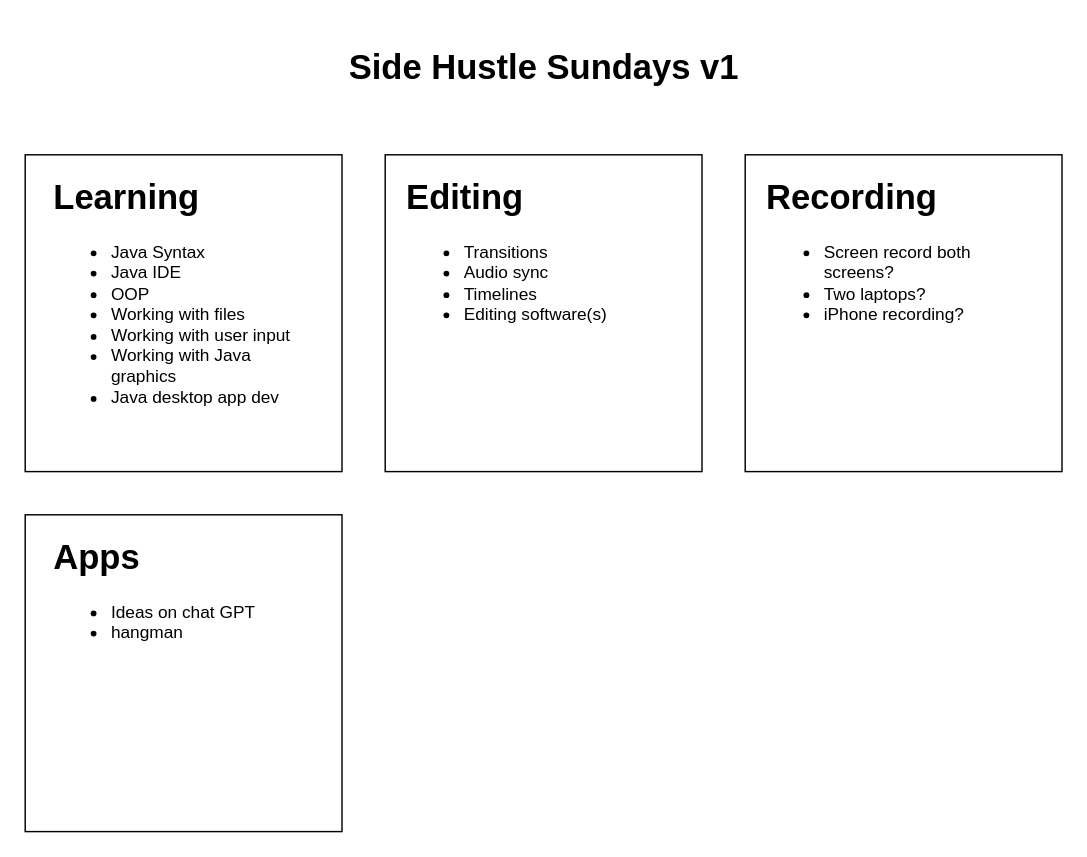
Before: diagrams/java-youtube-one.drawio in aburke15/documentation, a draw.io diagram. Source tidied: cells renumbered, new cells numbered last; positions are measured from the earlier drawing's top-left corner, leaving out a move shared by most shapes. Both pictures are drawn from the tidied source at 144%, with x=0, y=0 at pixel (24, 24).
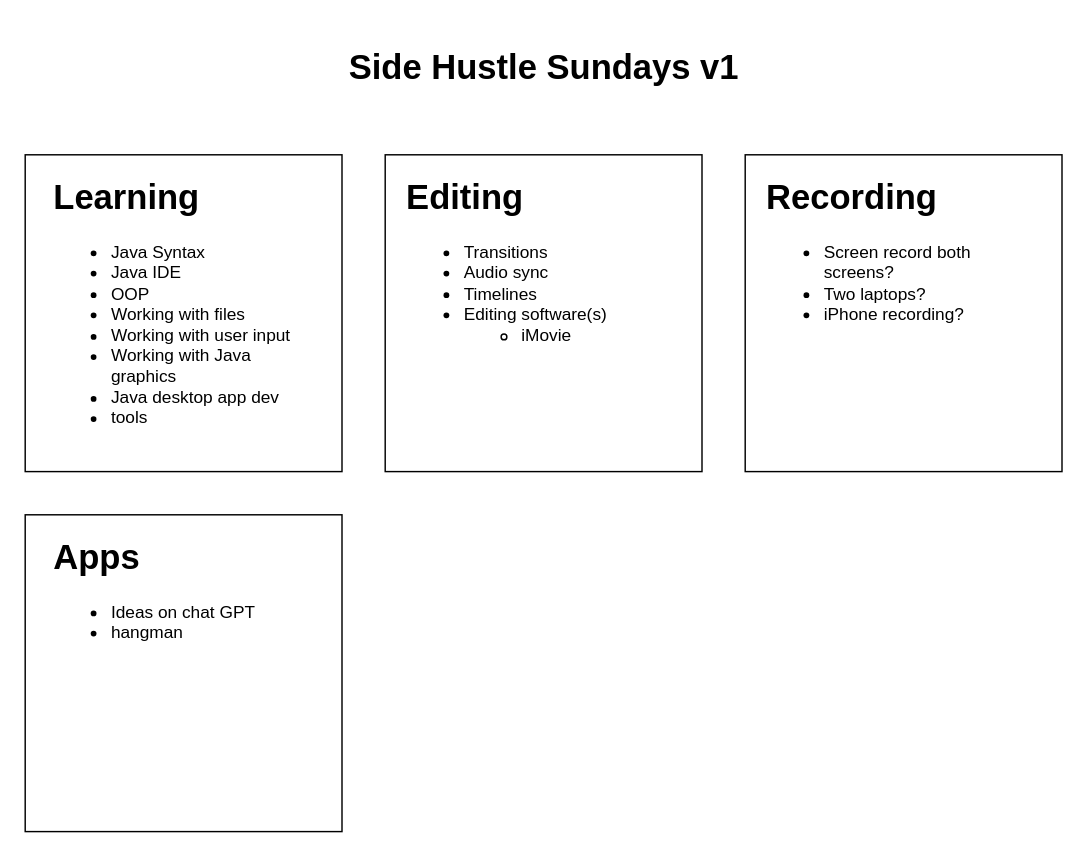
The same page after the edit.

Diff of the diagram source:
```diff
@@
 <mxGraphModel>
   <root>
     <mxCell id="0" />
     <mxCell id="1" parent="0" />
     <mxCell id="2" style="whiteSpace=wrap;html=1;" parent="1" vertex="1">
       <mxGeometry y="90" width="220" height="220" as="geometry" />
     </mxCell>
-    <mxCell id="3" value="&lt;h1&gt;Learning&lt;/h1&gt;&lt;p&gt;&lt;/p&gt;&lt;ul&gt;&lt;li&gt;Java Syntax&lt;br&gt;&lt;/li&gt;&lt;li&gt;Java IDE&lt;br&gt;&lt;/li&gt;&lt;li&gt;OOP&lt;br&gt;&lt;/li&gt;&lt;li&gt;Working with files&lt;br&gt;&lt;/li&gt;&lt;li&gt;Working with user input&lt;br&gt;&lt;/li&gt;&lt;li&gt;Working with Java graphics&lt;br&gt;&lt;/li&gt;&lt;li&gt;Java desktop app dev&lt;/li&gt;&lt;/ul&gt;&lt;p&gt;&lt;/p&gt;" style="text;html=1;strokeColor=none;fillColor=none;spacing=5;spacingTop=-20;whiteSpace=wrap;overflow=hidden;rounded=0;" parent="1" vertex="1">
+    <mxCell id="3" value="&lt;h1&gt;Learning&lt;/h1&gt;&lt;p&gt;&lt;/p&gt;&lt;ul&gt;&lt;li&gt;Java Syntax&lt;br&gt;&lt;/li&gt;&lt;li&gt;Java IDE&lt;br&gt;&lt;/li&gt;&lt;li&gt;OOP&lt;br&gt;&lt;/li&gt;&lt;li&gt;Working with files&lt;br&gt;&lt;/li&gt;&lt;li&gt;Working with user input&lt;br&gt;&lt;/li&gt;&lt;li&gt;Working with Java graphics&lt;br&gt;&lt;/li&gt;&lt;li&gt;Java desktop app dev&lt;/li&gt;&lt;li&gt;tools&lt;/li&gt;&lt;/ul&gt;&lt;p&gt;&lt;/p&gt;" style="text;html=1;strokeColor=none;fillColor=none;spacing=5;spacingTop=-20;whiteSpace=wrap;overflow=hidden;rounded=0;" parent="1" vertex="1">
       <mxGeometry x="15" y="100" width="190" height="200" as="geometry" />
     </mxCell>
     <mxCell id="4" style="whiteSpace=wrap;html=1;" parent="1" vertex="1">
       <mxGeometry x="250" y="90" width="220" height="220" as="geometry" />
     </mxCell>
-    <mxCell id="5" value="&lt;h1&gt;Editing&lt;/h1&gt;&lt;p&gt;&lt;/p&gt;&lt;ul&gt;&lt;li&gt;Transitions&lt;br&gt;&lt;/li&gt;&lt;li&gt;Audio sync&lt;br&gt;&lt;/li&gt;&lt;li&gt;Timelines&lt;br&gt;&lt;/li&gt;&lt;li&gt;Editing software(s)&lt;br&gt;&lt;/li&gt;&lt;/ul&gt;&lt;p&gt;&lt;/p&gt;" style="text;html=1;strokeColor=none;fillColor=none;spacing=5;spacingTop=-20;whiteSpace=wrap;overflow=hidden;rounded=0;" parent="1" vertex="1">
+    <mxCell id="5" value="&lt;h1&gt;Editing&lt;/h1&gt;&lt;p&gt;&lt;/p&gt;&lt;ul&gt;&lt;li&gt;Transitions&lt;br&gt;&lt;/li&gt;&lt;li&gt;Audio sync&lt;br&gt;&lt;/li&gt;&lt;li&gt;Timelines&lt;br&gt;&lt;/li&gt;&lt;li&gt;Editing software(s)&lt;br&gt;&lt;/li&gt;&lt;ul&gt;&lt;li&gt;iMovie&lt;/li&gt;&lt;/ul&gt;&lt;/ul&gt;&lt;p&gt;&lt;/p&gt;" style="text;html=1;strokeColor=none;fillColor=none;spacing=5;spacingTop=-20;whiteSpace=wrap;overflow=hidden;rounded=0;" parent="1" vertex="1">
       <mxGeometry x="260" y="100" width="190" height="180" as="geometry" />
     </mxCell>
     <mxCell id="6" style="whiteSpace=wrap;html=1;" parent="1" vertex="1">
       <mxGeometry x="500" y="90" width="220" height="220" as="geometry" />
     </mxCell>
     <mxCell id="7" value="&lt;h1&gt;Recording&lt;/h1&gt;&lt;p&gt;&lt;/p&gt;&lt;ul&gt;&lt;li&gt;Screen record both screens?&lt;br&gt;&lt;/li&gt;&lt;li&gt;Two laptops?&lt;br&gt;&lt;/li&gt;&lt;li&gt;iPhone recording?&lt;br&gt;&lt;/li&gt;&lt;/ul&gt;&lt;p&gt;&lt;/p&gt;" style="text;html=1;strokeColor=none;fillColor=none;spacing=5;spacingTop=-20;whiteSpace=wrap;overflow=hidden;rounded=0;" parent="1" vertex="1">
       <mxGeometry x="510" y="100" width="190" height="120" as="geometry" />
     </mxCell>
     <mxCell id="8" style="whiteSpace=wrap;html=1;" parent="1" vertex="1">
       <mxGeometry y="340" width="220" height="220" as="geometry" />
     </mxCell>
     <mxCell id="9" value="&lt;h1&gt;Apps&lt;/h1&gt;&lt;div&gt;&lt;ul&gt;&lt;li&gt;Ideas on chat GPT&lt;br&gt;&lt;/li&gt;&lt;li&gt;hangman&lt;br&gt;&lt;/li&gt;&lt;/ul&gt;&lt;/div&gt;&lt;div&gt;&lt;br&gt;&lt;/div&gt;" style="text;html=1;strokeColor=none;fillColor=none;spacing=5;spacingTop=-20;whiteSpace=wrap;overflow=hidden;rounded=0;" parent="1" vertex="1">
       <mxGeometry x="15" y="350" width="190" height="200" as="geometry" />
     </mxCell>
     <mxCell id="10" value="Side Hustle Sundays v1" style="text;strokeColor=none;fillColor=none;html=1;fontSize=24;fontStyle=1;verticalAlign=middle;align=center;" parent="1" vertex="1">
       <mxGeometry x="180" width="360" height="60" as="geometry" />
     </mxCell>
   </root>
 </mxGraphModel>
```
